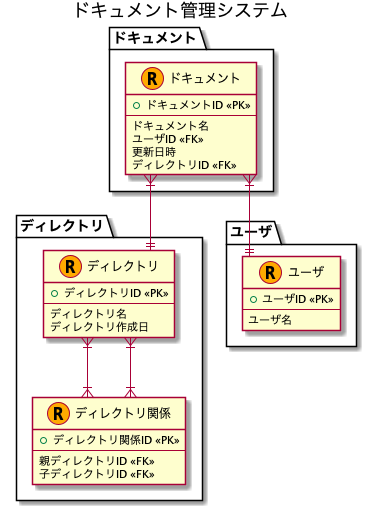
This is assets/ドキュメント管理システム.png from kamimi01/praha_challenge_tasks, a PlantUML export, as it was before one commit. The source it was exported from:
```plantuml
@startuml

title "ドキュメント管理システム"

skinparam Linetype ortho


!define EVENT_MARK_COLOR AAFFAA
!define RESOURCE_MARK_COLOR FFAA00

package "ドキュメント" as documentpkg {
  entity "ドキュメント" as document <<R, RESOURCE_MARK_COLOR>> {
    + ドキュメントID <<PK>>
    ---
    ドキュメント名
    ユーザID <<FK>>
    更新日時
    ディレクトリID <<FK>>
  }
}

package "ディレクトリ" as directorypkg {
  entity "ディレクトリ" as directory <<R, RESOURCE_MARK_COLOR>> {
    + ディレクトリID <<PK>>
    ---
    ディレクトリ名
    ディレクトリ作成日
  }

  entity "ディレクトリ関係" as directory_relation <<R, RESOURCE_MARK_COLOR>> {
    + ディレクトリ関係ID <<PK>>
    ---
    親ディレクトリID <<FK>>
    子ディレクトリID <<FK>>
  }
}

package "ユーザ" as userpkg {
  entity "ユーザ" as user <<R, RESOURCE_MARK_COLOR>> {
    + ユーザID <<PK>>
    ---
    ユーザ名
  }
}

document }|--|| directory
document }|--|| user
directory }|--|{ directory_relation
directory }|--|{ directory_relation

@enduml
```
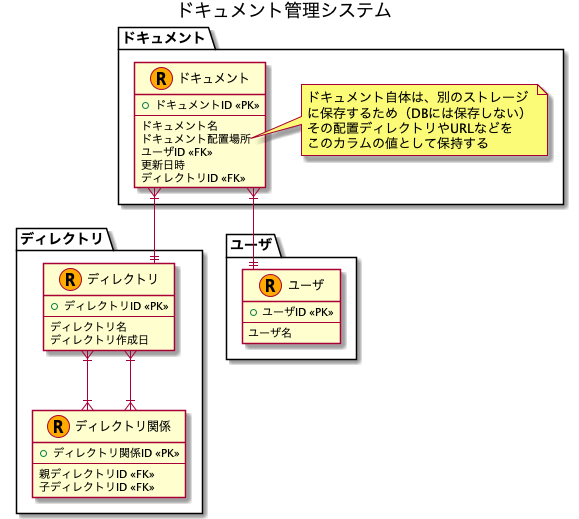
Later version of the same file.

Commit message:
fix: ドキュメントテーブルを修正

#85

What changed in the source:
```diff
@@ -13,10 +13,18 @@
     + ドキュメントID <<PK>>
     ---
     ドキュメント名
+    ドキュメント配置場所
     ユーザID <<FK>>
     更新日時
     ディレクトリID <<FK>>
   }
+
+  note right of document::ドキュメント配置場所
+    ドキュメント自体は、別のストレージ
+    に保存するため（DBには保存しない）
+    その配置ディレクトリやURLなどを
+    このカラムの値として保持する
+  end note
 }
 
 package "ディレクトリ" as directorypkg {
```
